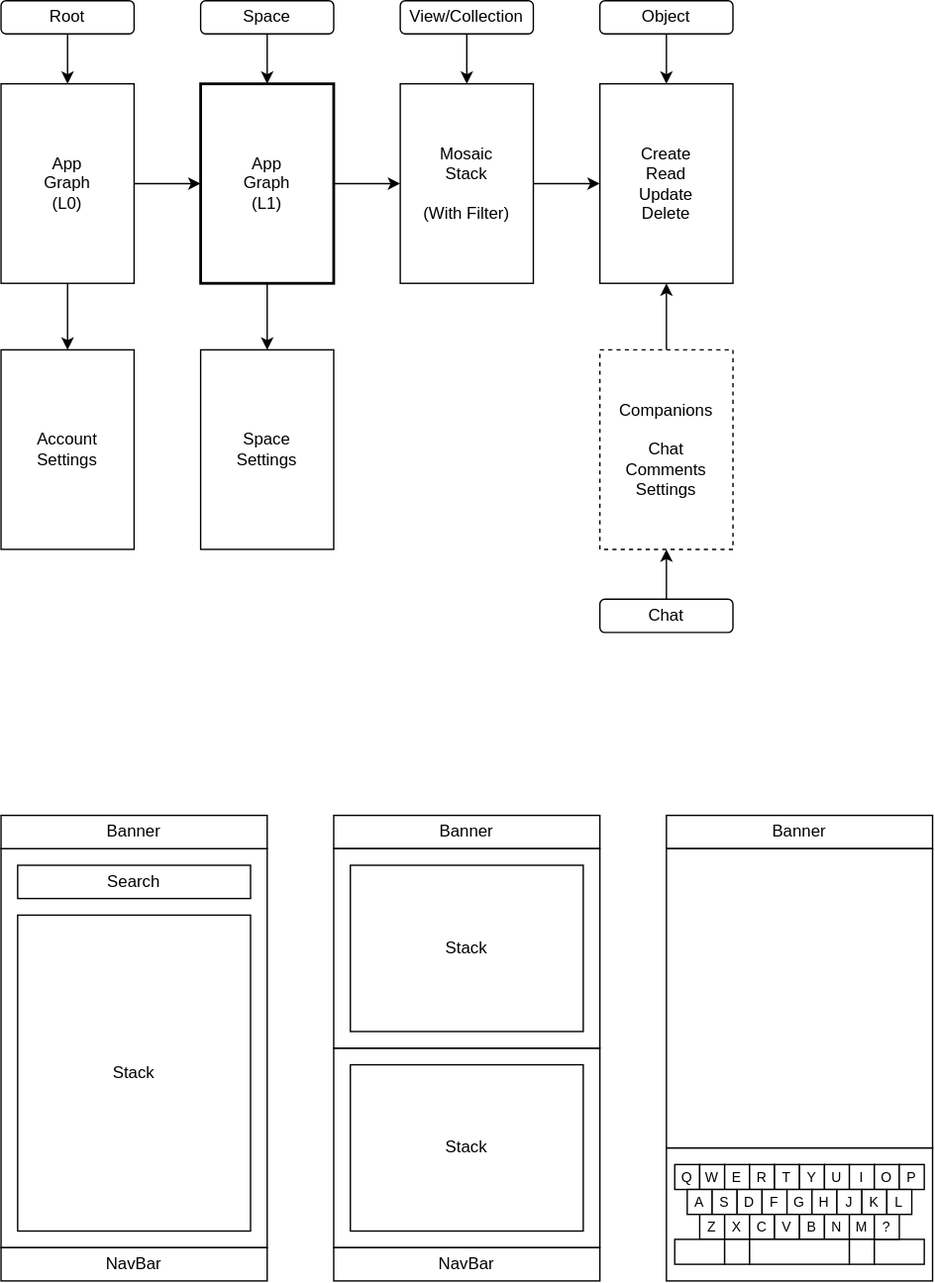
Earlier version of the draw.io export packages/plugins/plugin-simple-layout/docs/layout.drawio.svg (dxos/dxos). Source tidied: cells renumbered, new cells last; positions are measured from the earlier drawing's top-left corner, leaving out a move shared by most shapes.
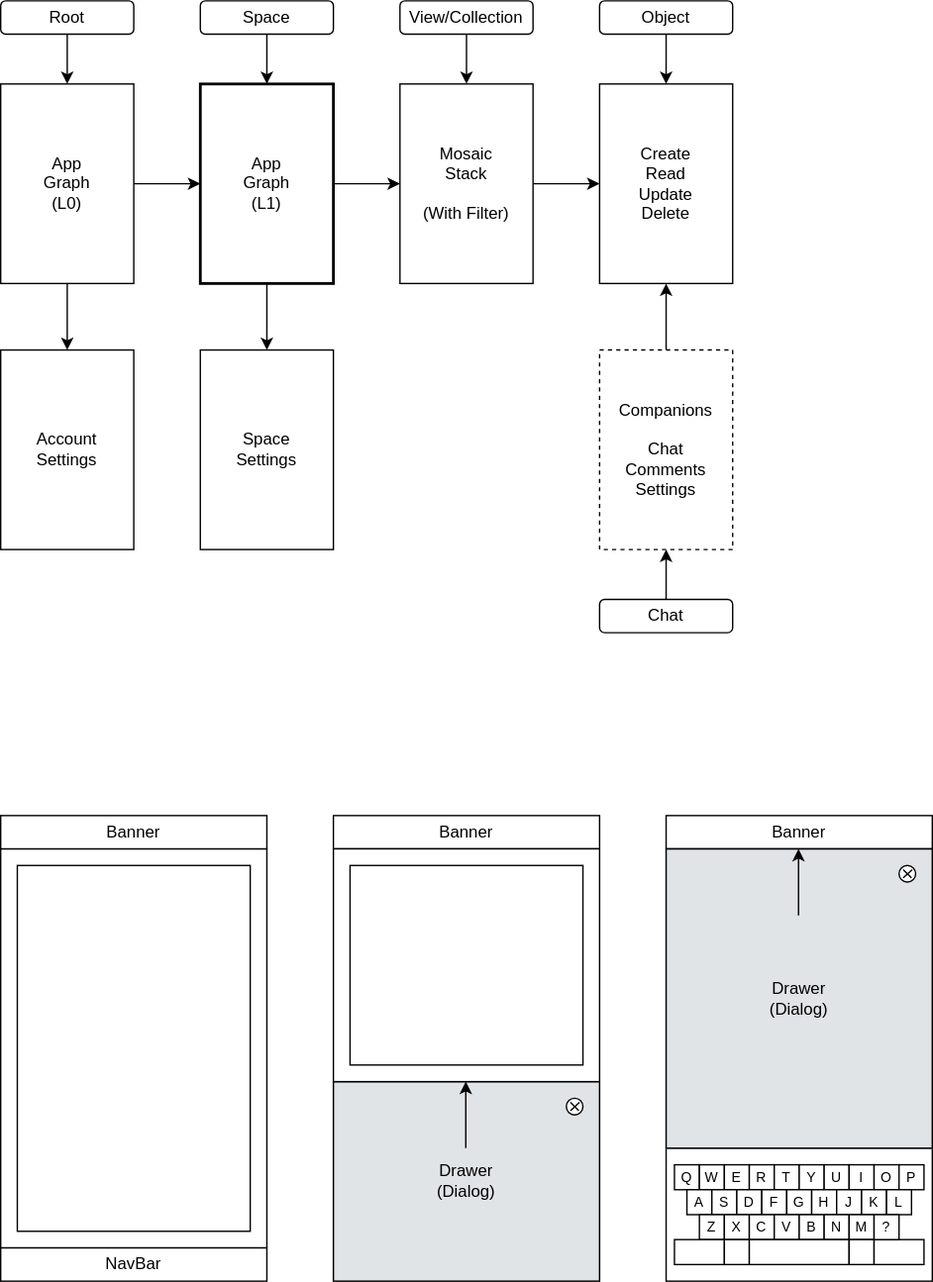
The same diagram one commit later.

Commit message:
refactor: update layout diagram and clarify Main component context with categorized states.

The edit, as a diff of the source:
```diff
@@ -173,16 +173,7 @@
     <mxCell id="58" value="Chat" style="rounded=1;whiteSpace=wrap;html=1;" parent="1" vertex="1">
       <mxGeometry x="432" y="432" width="96" height="24" as="geometry" />
     </mxCell>
-    <mxCell id="59" style="rounded=0;whiteSpace=wrap;html=1;" parent="1" vertex="1">
-      <mxGeometry x="240" y="756" width="192" height="144" as="geometry" />
-    </mxCell>
-    <mxCell id="60" value="NavBar" style="rounded=0;whiteSpace=wrap;html=1;" parent="1" vertex="1">
-      <mxGeometry x="240" y="900" width="192" height="24" as="geometry" />
-    </mxCell>
-    <mxCell id="61" value="Banner" style="rounded=0;whiteSpace=wrap;html=1;" parent="1" vertex="1">
-      <mxGeometry x="240" y="588" width="192" height="24" as="geometry" />
-    </mxCell>
-    <mxCell id="62" style="rounded=0;whiteSpace=wrap;html=1;" parent="1" vertex="1">
+    <mxCell id="62" value="&lt;span style=&quot;color: rgba(0, 0, 0, 0); font-family: monospace; font-size: 0px; text-align: start;&quot;&gt;%3CmxGraphModel%3E%3Croot%3E%3CmxCell%20id%3D%220%22%2F%3E%3CmxCell%20id%3D%221%22%20parent%3D%220%22%2F%3E%3CmxCell%20id%3D%222%22%20value%3D%22%22%20style%3D%22rounded%3D0%3BwhiteSpace%3Dwrap%3Bhtml%3D1%3BfillColor%3Dnone%3B%22%20vertex%3D%221%22%20parent%3D%221%22%3E%3CmxGeometry%20x%3D%22336%22%20y%3D%22864%22%20width%3D%22192%22%20height%3D%22144%22%20as%3D%22geometry%22%2F%3E%3C%2FmxCell%3E%3C%2Froot%3E%3C%2FmxGraphModel%3E&lt;/span&gt;" style="rounded=0;whiteSpace=wrap;html=1;fillColor=default;" parent="1" vertex="1">
       <mxGeometry y="612" width="192" height="288" as="geometry" />
     </mxCell>
     <mxCell id="63" value="NavBar" style="rounded=0;whiteSpace=wrap;html=1;" parent="1" vertex="1">
@@ -191,26 +182,83 @@
     <mxCell id="64" value="Banner" style="rounded=0;whiteSpace=wrap;html=1;" parent="1" vertex="1">
       <mxGeometry y="588" width="192" height="24" as="geometry" />
     </mxCell>
-    <mxCell id="65" value="Search" style="rounded=0;whiteSpace=wrap;html=1;" parent="1" vertex="1">
-      <mxGeometry x="12" y="624" width="168" height="24" as="geometry" />
-    </mxCell>
-    <mxCell id="66" value="Stack" style="rounded=0;whiteSpace=wrap;html=1;" parent="1" vertex="1">
-      <mxGeometry x="12" y="660" width="168" height="228" as="geometry" />
-    </mxCell>
-    <mxCell id="67" style="rounded=0;whiteSpace=wrap;html=1;" parent="1" vertex="1">
-      <mxGeometry x="240" y="612" width="192" height="144" as="geometry" />
-    </mxCell>
+    <mxCell id="61" value="Banner" style="rounded=0;whiteSpace=wrap;html=1;" parent="1" vertex="1">
+      <mxGeometry x="240" y="588" width="192" height="24" as="geometry" />
+    </mxCell>
+    <mxCell id="72" style="group;fillColor=#E1E4E6;fontColor=#000000;strokeColor=#C0C3C5;" parent="1" vertex="1">
+      <mxGeometry x="240" y="780" width="192" height="144" as="geometry" />
+    </mxCell>
+    <mxCell id="73" value="Drawer&lt;br&gt;(Dialog)" style="rounded=0;whiteSpace=wrap;html=1;fillColor=#E1E4E6;fontColor=#000000;strokeColor=#C0C3C5;" parent="1" vertex="1">
+      <mxGeometry x="480" y="612" width="192" height="216" as="geometry" />
+    </mxCell>
+    <mxCell id="74" style="endArrow=classic;html=1;" parent="1" edge="1">
+      <mxGeometry relative="1" as="geometry">
+        <mxPoint x="575.5" y="660" as="sourcePoint" />
+        <mxPoint x="575.5" y="612" as="targetPoint" />
+      </mxGeometry>
+    </mxCell>
+    <mxCell id="75" style="group;" parent="1" vertex="1">
+      <mxGeometry x="648" y="624" width="12" height="12" as="geometry" />
+    </mxCell>
+    <mxCell id="76" style="ellipse;whiteSpace=wrap;html=1;" parent="75" vertex="1">
+      <mxGeometry width="12" height="12" as="geometry" />
+    </mxCell>
+    <mxCell id="77" style="endArrow=none;html=1;" parent="75" edge="1">
+      <mxGeometry relative="1" as="geometry">
+        <mxPoint x="3" y="3" as="sourcePoint" />
+        <mxPoint x="9" y="9" as="targetPoint" />
+      </mxGeometry>
+    </mxCell>
+    <mxCell id="78" style="endArrow=none;html=1;" parent="75" edge="1">
+      <mxGeometry relative="1" as="geometry">
+        <mxPoint x="3" y="9" as="sourcePoint" />
+        <mxPoint x="9.5" y="3" as="targetPoint" />
+      </mxGeometry>
+    </mxCell>
+    <mxCell id="79" value="Drawer&lt;br&gt;(Dialog)" style="rounded=0;whiteSpace=wrap;html=1;fillColor=#E1E4E6;fontColor=#000000;strokeColor=#C0C3C5;" parent="1" vertex="1">
+      <mxGeometry x="240" y="780" width="192" height="144" as="geometry" />
+    </mxCell>
+    <mxCell id="80" style="endArrow=classic;html=1;" parent="1" edge="1">
+      <mxGeometry relative="1" as="geometry">
+        <mxPoint x="335.5" y="828" as="sourcePoint" />
+        <mxPoint x="335.5" y="780" as="targetPoint" />
+      </mxGeometry>
+    </mxCell>
+    <mxCell id="81" style="group;" parent="1" vertex="1">
+      <mxGeometry x="408" y="792" width="12" height="12" as="geometry" />
+    </mxCell>
+    <mxCell id="82" style="ellipse;whiteSpace=wrap;html=1;" parent="81" vertex="1">
+      <mxGeometry width="12" height="12" as="geometry" />
+    </mxCell>
+    <mxCell id="83" style="endArrow=none;html=1;" parent="81" edge="1">
+      <mxGeometry relative="1" as="geometry">
+        <mxPoint x="3" y="3" as="sourcePoint" />
+        <mxPoint x="9" y="9" as="targetPoint" />
+      </mxGeometry>
+    </mxCell>
+    <mxCell id="84" style="endArrow=none;html=1;" parent="81" edge="1">
+      <mxGeometry relative="1" as="geometry">
+        <mxPoint x="3" y="9" as="sourcePoint" />
+        <mxPoint x="9.5" y="3" as="targetPoint" />
+      </mxGeometry>
+    </mxCell>
     <mxCell id="68" value="Banner" style="rounded=0;whiteSpace=wrap;html=1;" parent="1" vertex="1">
       <mxGeometry x="480" y="588" width="192" height="24" as="geometry" />
     </mxCell>
+    <mxCell id="85" style="rounded=0;whiteSpace=wrap;html=1;fillColor=none;" parent="1" vertex="1">
+      <mxGeometry x="240" y="780" width="192" height="144" as="geometry" />
+    </mxCell>
-    <mxCell id="69" style="rounded=0;whiteSpace=wrap;html=1;" parent="1" vertex="1">
+    <mxCell id="69" style="rounded=0;whiteSpace=wrap;html=1;fillColor=none;" parent="1" vertex="1">
       <mxGeometry x="480" y="612" width="192" height="216" as="geometry" />
     </mxCell>
-    <mxCell id="70" value="Stack" style="rounded=0;whiteSpace=wrap;html=1;" parent="1" vertex="1">
-      <mxGeometry x="252" y="624" width="168" height="120" as="geometry" />
-    </mxCell>
-    <mxCell id="71" value="Stack" style="rounded=0;whiteSpace=wrap;html=1;" parent="1" vertex="1">
-      <mxGeometry x="252" y="768" width="168" height="120" as="geometry" />
-    </mxCell>
+    <mxCell id="86" style="rounded=0;whiteSpace=wrap;html=1;fillColor=default;" parent="1" vertex="1">
+      <mxGeometry x="240" y="612" width="192" height="168" as="geometry" />
+    </mxCell>
+    <mxCell id="87" value="&lt;span style=&quot;color: rgba(0, 0, 0, 0); font-family: monospace; font-size: 0px; text-align: start;&quot;&gt;%3CmxGraphModel%3E%3Croot%3E%3CmxCell%20id%3D%220%22%2F%3E%3CmxCell%20id%3D%221%22%20parent%3D%220%22%2F%3E%3CmxCell%20id%3D%222%22%20value%3D%22%22%20style%3D%22rounded%3D0%3BwhiteSpace%3Dwrap%3Bhtml%3D1%3BfillColor%3Dnone%3B%22%20vertex%3D%221%22%20parent%3D%221%22%3E%3CmxGeometry%20x%3D%22336%22%20y%3D%22864%22%20width%3D%22192%22%20height%3D%22144%22%20as%3D%22geometry%22%2F%3E%3C%2FmxCell%3E%3C%2Froot%3E%3C%2FmxGraphModel%3E&lt;/span&gt;" style="rounded=0;whiteSpace=wrap;html=1;fillColor=default;" parent="1" vertex="1">
+      <mxGeometry x="12" y="624" width="168" height="264" as="geometry" />
+    </mxCell>
+    <mxCell id="88" value="&lt;span style=&quot;color: rgba(0, 0, 0, 0); font-family: monospace; font-size: 0px; text-align: start;&quot;&gt;%3CmxGraphModel%3E%3Croot%3E%3CmxCell%20id%3D%220%22%2F%3E%3CmxCell%20id%3D%221%22%20parent%3D%220%22%2F%3E%3CmxCell%20id%3D%222%22%20value%3D%22%22%20style%3D%22rounded%3D0%3BwhiteSpace%3Dwrap%3Bhtml%3D1%3BfillColor%3Dnone%3B%22%20vertex%3D%221%22%20parent%3D%221%22%3E%3CmxGeometry%20x%3D%22336%22%20y%3D%22864%22%20width%3D%22192%22%20height%3D%22144%22%20as%3D%22geometry%22%2F%3E%3C%2FmxCell%3E%3C%2Froot%3E%3C%2FmxGraphModel%3E&lt;/span&gt;" style="rounded=0;whiteSpace=wrap;html=1;fillColor=default;" parent="1" vertex="1">
+      <mxGeometry x="252" y="624" width="168" height="144" as="geometry" />
+    </mxCell>
   </root>
 </mxGraphModel>
```
